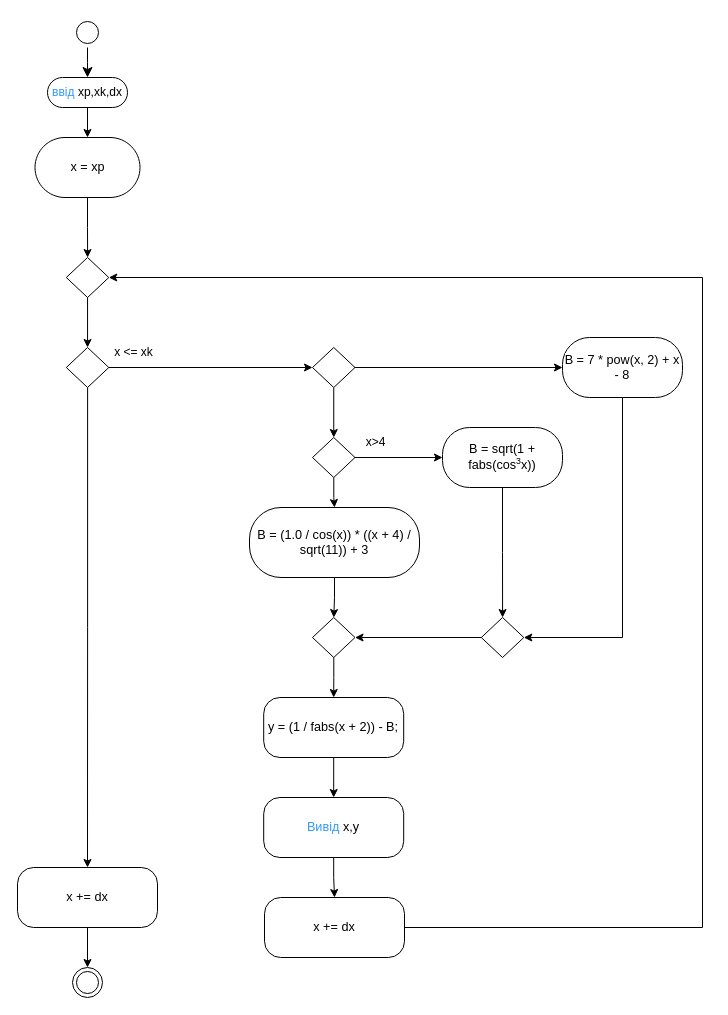
Above: 4.2UML.drawio in Slava-v-Ukraini/lab4.2 (draw.io), before the change. Source tidied: cells renumbered, new cells numbered last; positions are measured from the earlier drawing's top-left corner, leaving out a move shared by most shapes. Both pictures are drawn from the tidied source at 100%, with x=0, y=0 at pixel (17, 17).
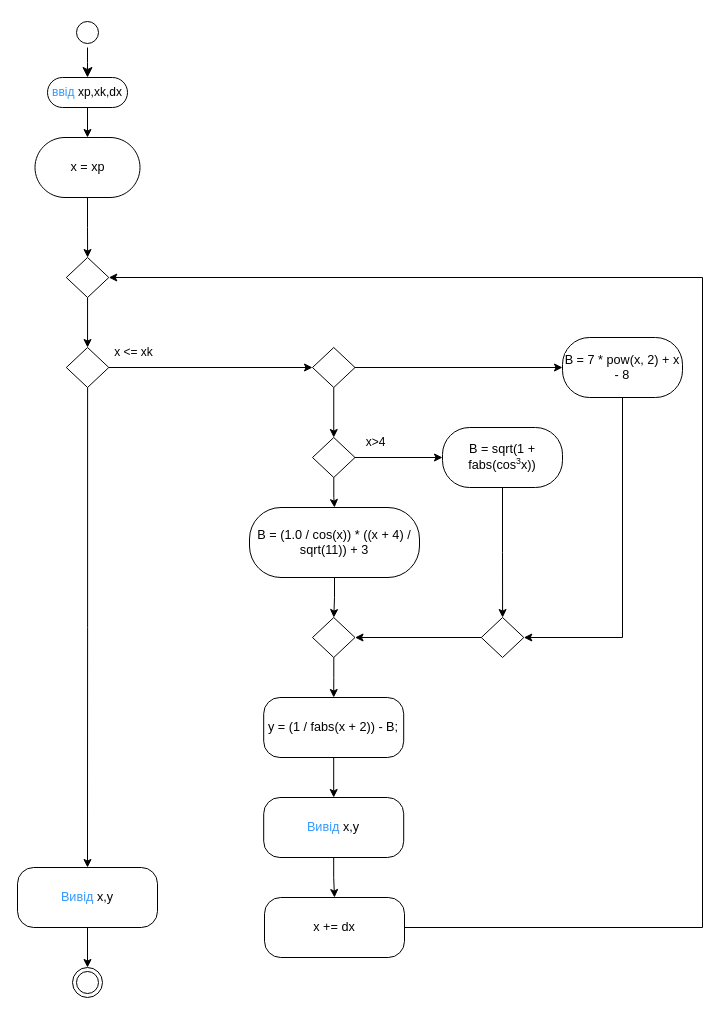
After the change.

The edit, as a diff of the source:
```diff
@@
-    <mxCell id="38" value="&lt;font face=&quot;Cascadia Mono&quot;&gt;&lt;span style=&quot;font-size: 12.6667px; background-color: rgb(255, 255, 255);&quot;&gt;x += dx&lt;/span&gt;&lt;/font&gt;" style="rounded=1;whiteSpace=wrap;html=1;arcSize=27;" parent="1" vertex="1">
+    <mxCell id="38" value="&lt;font face=&quot;Cascadia Mono&quot;&gt;&lt;span style=&quot;font-size: 12.6667px; background-color: rgb(255, 255, 255);&quot;&gt;&lt;font color=&quot;#3399ff&quot;&gt;Вивід &lt;/font&gt;x,y&lt;/span&gt;&lt;/font&gt;" style="rounded=1;whiteSpace=wrap;html=1;arcSize=27;" parent="1" vertex="1">
       <mxGeometry y="850" width="140" height="60" as="geometry" />
     </mxCell>
```
